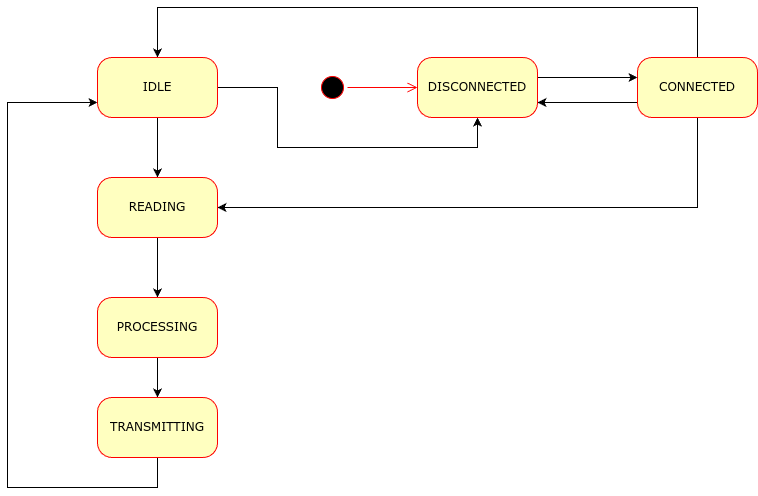
Before: Writeup/Report/images/state_diagram.png, a diagram exported from draw.io (promitheas17j/BSc-CompSci-Thesis). Source tidied: cells renumbered, new cells last; positions are measured from the earlier drawing's top-left corner, leaving out a move shared by most shapes. Source of this version:
```xml
<mxGraphModel>
  <root>
    <mxCell id="0" />
    <mxCell id="1" parent="0" />
    <mxCell id="2" style="ellipse;html=1;shape=startState;fillColor=#000000;strokeColor=#ff0000;rounded=1;shadow=0;comic=0;labelBackgroundColor=none;fontFamily=Verdana;fontSize=12;fontColor=#000000;align=center;direction=south;" parent="1" vertex="1">
      <mxGeometry x="310" y="65" width="30" height="30" as="geometry" />
    </mxCell>
    <mxCell id="3" style="edgeStyle=orthogonalEdgeStyle;rounded=0;jettySize=auto;html=1;entryX=1;entryY=0.75;entryDx=0;entryDy=0;" parent="1" edge="1" source="6" target="11">
      <mxGeometry relative="1" as="geometry">
        <Array as="points">
          <mxPoint x="600" y="95" />
          <mxPoint x="600" y="95" />
        </Array>
      </mxGeometry>
    </mxCell>
    <mxCell id="4" style="edgeStyle=orthogonalEdgeStyle;rounded=0;jettySize=auto;html=1;entryX=0.5;entryY=0;entryDx=0;entryDy=0;" parent="1" edge="1" source="6" target="9">
      <mxGeometry relative="1" as="geometry">
        <Array as="points">
          <mxPoint x="690" />
          <mxPoint x="150" />
        </Array>
      </mxGeometry>
    </mxCell>
    <mxCell id="5" style="edgeStyle=orthogonalEdgeStyle;rounded=0;jettySize=auto;html=1;entryX=1;entryY=0.5;entryDx=0;entryDy=0;" parent="1" edge="1" source="6" target="13">
      <mxGeometry relative="1" as="geometry">
        <Array as="points">
          <mxPoint x="690" y="200" />
        </Array>
      </mxGeometry>
    </mxCell>
    <mxCell id="6" value="CONNECTED" style="rounded=1;whiteSpace=wrap;html=1;arcSize=24;fillColor=#ffffc0;strokeColor=#ff0000;shadow=0;comic=0;labelBackgroundColor=none;fontFamily=Verdana;fontSize=12;fontColor=#000000;align=center;" parent="1" vertex="1">
      <mxGeometry x="630" y="50" width="120" height="60" as="geometry" />
    </mxCell>
    <mxCell id="7" style="edgeStyle=orthogonalEdgeStyle;rounded=0;jettySize=auto;html=1;entryX=0.5;entryY=0;entryDx=0;entryDy=0;" parent="1" edge="1" source="9" target="13">
      <mxGeometry relative="1" as="geometry" />
    </mxCell>
    <mxCell id="8" style="edgeStyle=orthogonalEdgeStyle;rounded=0;jettySize=auto;html=1;entryX=0.5;entryY=1;entryDx=0;entryDy=0;" parent="1" edge="1" source="9" target="11">
      <mxGeometry relative="1" as="geometry">
        <Array as="points">
          <mxPoint x="270" y="80" />
          <mxPoint x="270" y="140" />
          <mxPoint x="470" y="140" />
        </Array>
      </mxGeometry>
    </mxCell>
    <mxCell id="9" value="IDLE" style="rounded=1;whiteSpace=wrap;html=1;arcSize=24;fillColor=#ffffc0;strokeColor=#ff0000;shadow=0;comic=0;labelBackgroundColor=none;fontFamily=Verdana;fontSize=12;fontColor=#000000;align=center;" parent="1" vertex="1">
      <mxGeometry x="90" y="50" width="120" height="60" as="geometry" />
    </mxCell>
    <mxCell id="10" style="edgeStyle=orthogonalEdgeStyle;rounded=0;jettySize=auto;html=1;" parent="1" edge="1" source="11" target="6">
      <mxGeometry relative="1" as="geometry">
        <Array as="points">
          <mxPoint x="580" y="70" />
          <mxPoint x="580" y="70" />
        </Array>
      </mxGeometry>
    </mxCell>
    <mxCell id="11" value="DISCONNECTED" style="rounded=1;whiteSpace=wrap;html=1;arcSize=24;fillColor=#ffffc0;strokeColor=#ff0000;shadow=0;comic=0;labelBackgroundColor=none;fontFamily=Verdana;fontSize=12;fontColor=#000000;align=center;" parent="1" vertex="1">
      <mxGeometry x="410" y="50" width="120" height="60" as="geometry" />
    </mxCell>
    <mxCell id="12" style="edgeStyle=orthogonalEdgeStyle;rounded=0;jettySize=auto;html=1;entryX=0.5;entryY=0;entryDx=0;entryDy=0;" parent="1" edge="1" source="13" target="15">
      <mxGeometry relative="1" as="geometry" />
    </mxCell>
    <mxCell id="13" value="READING" style="rounded=1;whiteSpace=wrap;html=1;arcSize=24;fillColor=#ffffc0;strokeColor=#ff0000;shadow=0;comic=0;labelBackgroundColor=none;fontFamily=Verdana;fontSize=12;fontColor=#000000;align=center;" parent="1" vertex="1">
      <mxGeometry x="90" y="170" width="120" height="60" as="geometry" />
    </mxCell>
    <mxCell id="14" style="edgeStyle=orthogonalEdgeStyle;rounded=0;jettySize=auto;html=1;entryX=0.5;entryY=0;entryDx=0;entryDy=0;" parent="1" edge="1" source="15" target="18">
      <mxGeometry relative="1" as="geometry" />
    </mxCell>
    <mxCell id="15" value="PROCESSING" style="rounded=1;whiteSpace=wrap;html=1;arcSize=24;fillColor=#ffffc0;strokeColor=#ff0000;shadow=0;comic=0;labelBackgroundColor=none;fontFamily=Verdana;fontSize=12;fontColor=#000000;align=center;" parent="1" vertex="1">
      <mxGeometry x="90" y="290" width="120" height="60" as="geometry" />
    </mxCell>
    <mxCell id="16" style="edgeStyle=orthogonalEdgeStyle;html=1;labelBackgroundColor=none;endArrow=open;endSize=8;strokeColor=#ff0000;fontFamily=Verdana;fontSize=12;align=left;" parent="1" edge="1" source="2">
      <mxGeometry relative="1" as="geometry">
        <mxPoint x="410" y="80" as="targetPoint" />
      </mxGeometry>
    </mxCell>
    <mxCell id="17" style="edgeStyle=orthogonalEdgeStyle;rounded=0;jettySize=auto;html=1;entryX=0;entryY=0.75;entryDx=0;entryDy=0;" parent="1" edge="1" source="18" target="9">
      <mxGeometry relative="1" as="geometry">
        <Array as="points">
          <mxPoint x="150" y="480" />
          <mxPoint y="480" />
          <mxPoint y="95" />
        </Array>
      </mxGeometry>
    </mxCell>
    <mxCell id="18" value="TRANSMITTING" style="rounded=1;whiteSpace=wrap;html=1;arcSize=24;fillColor=#ffffc0;strokeColor=#ff0000;shadow=0;comic=0;labelBackgroundColor=none;fontFamily=Verdana;fontSize=12;fontColor=#000000;align=center;" parent="1" vertex="1">
      <mxGeometry x="90" y="390" width="120" height="60" as="geometry" />
    </mxCell>
  </root>
</mxGraphModel>
```
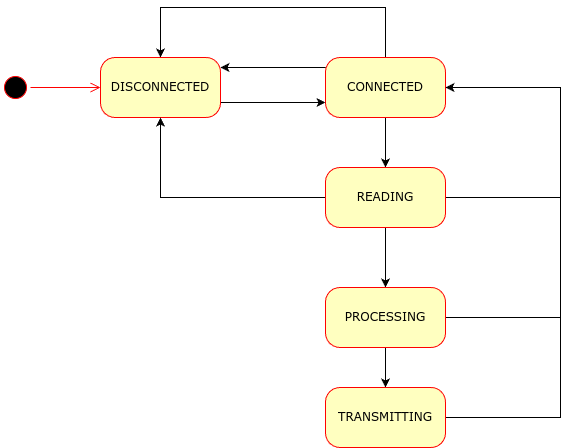
After the change.

Diff of the diagram source:
```diff
@@ -3,88 +3,89 @@
     <mxCell id="0" />
     <mxCell id="1" parent="0" />
     <mxCell id="2" style="ellipse;html=1;shape=startState;fillColor=#000000;strokeColor=#ff0000;rounded=1;shadow=0;comic=0;labelBackgroundColor=none;fontFamily=Verdana;fontSize=12;fontColor=#000000;align=center;direction=south;" parent="1" vertex="1">
-      <mxGeometry x="310" y="65" width="30" height="30" as="geometry" />
+      <mxGeometry x="-10" y="65" width="30" height="30" as="geometry" />
     </mxCell>
-    <mxCell id="3" style="edgeStyle=orthogonalEdgeStyle;rounded=0;jettySize=auto;html=1;entryX=1;entryY=0.75;entryDx=0;entryDy=0;" parent="1" edge="1" source="6" target="11">
-      <mxGeometry relative="1" as="geometry">
-        <Array as="points">
-          <mxPoint x="600" y="95" />
-          <mxPoint x="600" y="95" />
-        </Array>
-      </mxGeometry>
-    </mxCell>
-    <mxCell id="4" style="edgeStyle=orthogonalEdgeStyle;rounded=0;jettySize=auto;html=1;entryX=0.5;entryY=0;entryDx=0;entryDy=0;" parent="1" edge="1" source="6" target="9">
+    <mxCell id="4" style="edgeStyle=orthogonalEdgeStyle;rounded=0;jettySize=auto;html=1;entryX=0.5;entryY=0;entryDx=0;entryDy=0;" parent="1" edge="1" source="6">
       <mxGeometry relative="1" as="geometry">
+        <mxPoint x="150" y="50" as="targetPoint" />
         <Array as="points">
-          <mxPoint x="690" />
+          <mxPoint x="375" />
           <mxPoint x="150" />
         </Array>
       </mxGeometry>
     </mxCell>
-    <mxCell id="5" style="edgeStyle=orthogonalEdgeStyle;rounded=0;jettySize=auto;html=1;entryX=1;entryY=0.5;entryDx=0;entryDy=0;" parent="1" edge="1" source="6" target="13">
-      <mxGeometry relative="1" as="geometry">
-        <Array as="points">
-          <mxPoint x="690" y="200" />
-        </Array>
-      </mxGeometry>
+    <mxCell id="5" style="edgeStyle=orthogonalEdgeStyle;rounded=0;jettySize=auto;html=1;entryX=0.5;entryY=0;entryDx=0;entryDy=0;" parent="1" edge="1" source="6" target="13">
+      <mxGeometry relative="1" as="geometry" />
     </mxCell>
+    <mxCell id="3" style="edgeStyle=orthogonalEdgeStyle;rounded=0;jettySize=auto;html=1;" parent="1" edge="1" source="6" target="11">
+      <mxGeometry relative="1" as="geometry">
+        <Array as="points">
+          <mxPoint x="260" y="60" />
+          <mxPoint x="260" y="60" />
+        </Array>
+      </mxGeometry>
+    </mxCell>
     <mxCell id="6" value="CONNECTED" style="rounded=1;whiteSpace=wrap;html=1;arcSize=24;fillColor=#ffffc0;strokeColor=#ff0000;shadow=0;comic=0;labelBackgroundColor=none;fontFamily=Verdana;fontSize=12;fontColor=#000000;align=center;" parent="1" vertex="1">
-      <mxGeometry x="630" y="50" width="120" height="60" as="geometry" />
+      <mxGeometry x="315" y="50" width="120" height="60" as="geometry" />
     </mxCell>
-    <mxCell id="7" style="edgeStyle=orthogonalEdgeStyle;rounded=0;jettySize=auto;html=1;entryX=0.5;entryY=0;entryDx=0;entryDy=0;" parent="1" edge="1" source="9" target="13">
-      <mxGeometry relative="1" as="geometry" />
-    </mxCell>
-    <mxCell id="8" style="edgeStyle=orthogonalEdgeStyle;rounded=0;jettySize=auto;html=1;entryX=0.5;entryY=1;entryDx=0;entryDy=0;" parent="1" edge="1" source="9" target="11">
-      <mxGeometry relative="1" as="geometry">
-        <Array as="points">
-          <mxPoint x="270" y="80" />
-          <mxPoint x="270" y="140" />
-          <mxPoint x="470" y="140" />
-        </Array>
-      </mxGeometry>
-    </mxCell>
-    <mxCell id="9" value="IDLE" style="rounded=1;whiteSpace=wrap;html=1;arcSize=24;fillColor=#ffffc0;strokeColor=#ff0000;shadow=0;comic=0;labelBackgroundColor=none;fontFamily=Verdana;fontSize=12;fontColor=#000000;align=center;" parent="1" vertex="1">
-      <mxGeometry x="90" y="50" width="120" height="60" as="geometry" />
-    </mxCell>
-    <mxCell id="10" style="edgeStyle=orthogonalEdgeStyle;rounded=0;jettySize=auto;html=1;" parent="1" edge="1" source="11" target="6">
+    <mxCell id="10" style="edgeStyle=orthogonalEdgeStyle;rounded=0;jettySize=auto;html=1;entryX=0;entryY=0.75;entryDx=0;entryDy=0;" parent="1" edge="1" source="11" target="6">
       <mxGeometry relative="1" as="geometry">
         <Array as="points">
-          <mxPoint x="580" y="70" />
-          <mxPoint x="580" y="70" />
+          <mxPoint x="240" y="95" />
+          <mxPoint x="240" y="95" />
         </Array>
       </mxGeometry>
     </mxCell>
     <mxCell id="11" value="DISCONNECTED" style="rounded=1;whiteSpace=wrap;html=1;arcSize=24;fillColor=#ffffc0;strokeColor=#ff0000;shadow=0;comic=0;labelBackgroundColor=none;fontFamily=Verdana;fontSize=12;fontColor=#000000;align=center;" parent="1" vertex="1">
-      <mxGeometry x="410" y="50" width="120" height="60" as="geometry" />
+      <mxGeometry x="90" y="50" width="120" height="60" as="geometry" />
     </mxCell>
     <mxCell id="12" style="edgeStyle=orthogonalEdgeStyle;rounded=0;jettySize=auto;html=1;entryX=0.5;entryY=0;entryDx=0;entryDy=0;" parent="1" edge="1" source="13" target="15">
       <mxGeometry relative="1" as="geometry" />
     </mxCell>
+    <mxCell id="19" style="edgeStyle=orthogonalEdgeStyle;rounded=0;jettySize=auto;html=1;entryX=0.5;entryY=1;entryDx=0;entryDy=0;" parent="1" edge="1" source="13" target="11">
+      <mxGeometry relative="1" as="geometry" />
+    </mxCell>
+    <mxCell id="20" style="edgeStyle=orthogonalEdgeStyle;rounded=0;jettySize=auto;html=1;entryX=1;entryY=0.5;entryDx=0;entryDy=0;" parent="1" edge="1" source="13" target="6">
+      <mxGeometry relative="1" as="geometry">
+        <Array as="points">
+          <mxPoint x="550" y="190" />
+          <mxPoint x="550" y="80" />
+        </Array>
+      </mxGeometry>
+    </mxCell>
     <mxCell id="13" value="READING" style="rounded=1;whiteSpace=wrap;html=1;arcSize=24;fillColor=#ffffc0;strokeColor=#ff0000;shadow=0;comic=0;labelBackgroundColor=none;fontFamily=Verdana;fontSize=12;fontColor=#000000;align=center;" parent="1" vertex="1">
-      <mxGeometry x="90" y="170" width="120" height="60" as="geometry" />
+      <mxGeometry x="315" y="160" width="120" height="60" as="geometry" />
     </mxCell>
     <mxCell id="14" style="edgeStyle=orthogonalEdgeStyle;rounded=0;jettySize=auto;html=1;entryX=0.5;entryY=0;entryDx=0;entryDy=0;" parent="1" edge="1" source="15" target="18">
       <mxGeometry relative="1" as="geometry" />
     </mxCell>
+    <mxCell id="21" style="edgeStyle=orthogonalEdgeStyle;rounded=0;jettySize=auto;html=1;endArrow=none;startFill=0;" parent="1" edge="1" source="15">
+      <mxGeometry relative="1" as="geometry">
+        <mxPoint x="550" y="190" as="targetPoint" />
+        <Array as="points">
+          <mxPoint x="550" y="310" />
+          <mxPoint x="550" y="200" />
+        </Array>
+      </mxGeometry>
+    </mxCell>
     <mxCell id="15" value="PROCESSING" style="rounded=1;whiteSpace=wrap;html=1;arcSize=24;fillColor=#ffffc0;strokeColor=#ff0000;shadow=0;comic=0;labelBackgroundColor=none;fontFamily=Verdana;fontSize=12;fontColor=#000000;align=center;" parent="1" vertex="1">
-      <mxGeometry x="90" y="290" width="120" height="60" as="geometry" />
+      <mxGeometry x="315" y="280" width="120" height="60" as="geometry" />
     </mxCell>
     <mxCell id="16" style="edgeStyle=orthogonalEdgeStyle;html=1;labelBackgroundColor=none;endArrow=open;endSize=8;strokeColor=#ff0000;fontFamily=Verdana;fontSize=12;align=left;" parent="1" edge="1" source="2">
       <mxGeometry relative="1" as="geometry">
-        <mxPoint x="410" y="80" as="targetPoint" />
+        <mxPoint x="90" y="80" as="targetPoint" />
       </mxGeometry>
     </mxCell>
-    <mxCell id="17" style="edgeStyle=orthogonalEdgeStyle;rounded=0;jettySize=auto;html=1;entryX=0;entryY=0.75;entryDx=0;entryDy=0;" parent="1" edge="1" source="18" target="9">
-      <mxGeometry relative="1" as="geometry">
-        <Array as="points">
-          <mxPoint x="150" y="480" />
-          <mxPoint y="480" />
-          <mxPoint y="95" />
-        </Array>
-      </mxGeometry>
-    </mxCell>
+    <mxCell id="22" style="edgeStyle=orthogonalEdgeStyle;rounded=0;jettySize=auto;html=1;endArrow=none;startFill=0;" parent="1" edge="1" source="18">
+      <mxGeometry relative="1" as="geometry">
+        <mxPoint x="550" y="310" as="targetPoint" />
+        <Array as="points">
+          <mxPoint x="550" y="410" />
+        </Array>
+      </mxGeometry>
+    </mxCell>
     <mxCell id="18" value="TRANSMITTING" style="rounded=1;whiteSpace=wrap;html=1;arcSize=24;fillColor=#ffffc0;strokeColor=#ff0000;shadow=0;comic=0;labelBackgroundColor=none;fontFamily=Verdana;fontSize=12;fontColor=#000000;align=center;" parent="1" vertex="1">
-      <mxGeometry x="90" y="390" width="120" height="60" as="geometry" />
+      <mxGeometry x="315" y="380" width="120" height="60" as="geometry" />
     </mxCell>
   </root>
 </mxGraphModel>
```
